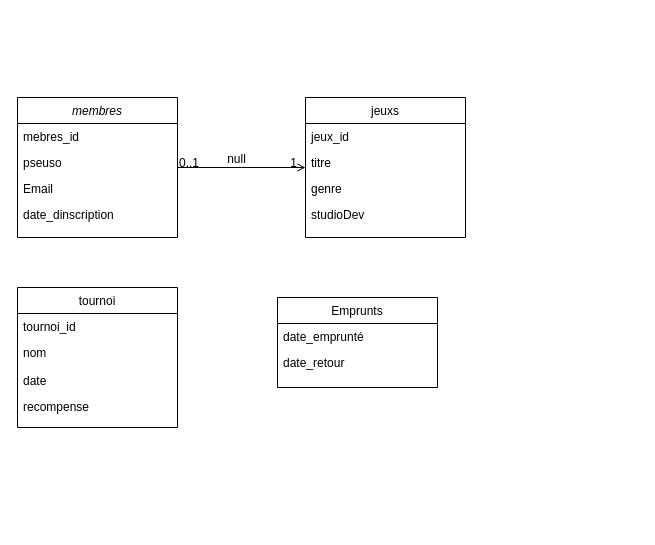
This is Untitled Diagram.drawio from hamza-saaf/Brief_7_Gestion_Club_de_Jeux_Vid-o, a draw.io file, before an edit. Source tidied: cells renumbered, new cells numbered last; positions are measured from the earlier drawing's top-left corner, leaving out a move shared by most shapes. Both pictures are drawn from the tidied source at 100%, with x=0, y=0 at pixel (17, 97).
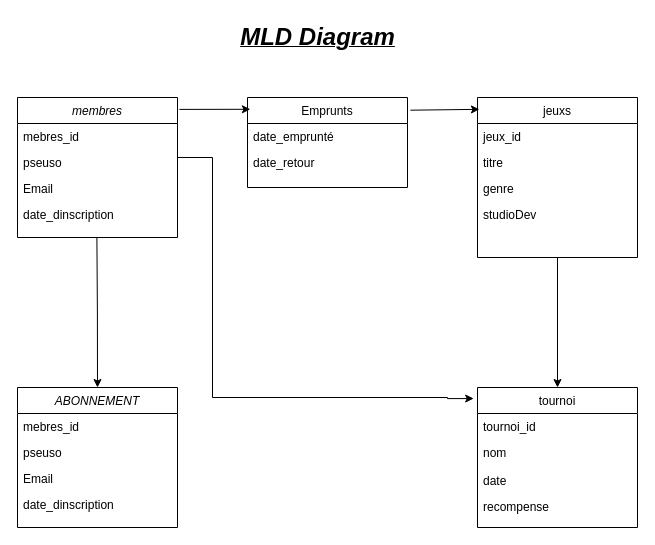
The same page after the edit.

Unchanged cells that the change refers to:
```xml
<mxCell id="2" value="membres" style="swimlane;fontStyle=2;align=center;verticalAlign=top;horizontal=1;startSize=26;rounded=0;shadow=0;strokeWidth=1;" parent="1" vertex="1">
  <mxGeometry width="160" height="140" as="geometry" />
</mxCell>
```

Change to the diagram source:
```diff
@@
     <mxCell id="7" value="tournoi" style="swimlane;fontStyle=0;align=center;verticalAlign=top;horizontal=1;startSize=26;rounded=0;shadow=0;strokeWidth=1;" parent="1" vertex="1">
-      <mxGeometry y="190" width="160" height="140" as="geometry" />
+      <mxGeometry x="460" y="290" width="160" height="140" as="geometry" />
     </mxCell>
@@
+    <mxCell id="24" style="edgeStyle=orthogonalEdgeStyle;rounded=0;jettySize=auto;html=1;exitX=0.5;exitY=1;exitDx=0;exitDy=0;entryX=0.5;entryY=0;entryDx=0;entryDy=0;" parent="1" edge="1" source="12" target="7">
+      <mxGeometry relative="1" as="geometry" />
+    </mxCell>
     <mxCell id="12" value="jeuxs" style="swimlane;fontStyle=0;align=center;verticalAlign=top;horizontal=1;startSize=26;rounded=0;shadow=0;strokeWidth=1;" parent="1" vertex="1">
-      <mxGeometry x="288" width="160" height="140" as="geometry" />
+      <mxGeometry x="460" width="160" height="160" as="geometry" />
     </mxCell>
@@
-    <mxCell id="17" style="endArrow=open;shadow=0;strokeWidth=1;rounded=0;curved=0;endFill=1;edgeStyle=elbowEdgeStyle;elbow=vertical;" parent="1" edge="1" source="2" target="12">
-      <mxGeometry x="0.5" y="41" relative="1" as="geometry">
-        <mxPoint x="-40" y="32" as="offset" />
-      </mxGeometry>
-    </mxCell>
-    <mxCell id="18" value="0..1" style="align=left;verticalAlign=bottom;labelBackgroundColor=none;fontSize=12;" parent="17" vertex="1">
-      <mxGeometry x="-1" relative="1" as="geometry">
-        <mxPoint y="4" as="offset" />
-      </mxGeometry>
-    </mxCell>
-    <mxCell id="19" value="1" style="align=right;verticalAlign=bottom;labelBackgroundColor=none;fontSize=12;" parent="17" vertex="1">
-      <mxGeometry x="1" relative="1" as="geometry">
-        <mxPoint x="-7" y="4" as="offset" />
-      </mxGeometry>
-    </mxCell>
-    <mxCell id="20" value="null" style="text;html=1;align=center;verticalAlign=middle;labelBackgroundColor=none;rounded=0;shadow=0;strokeWidth=1;fontSize=12;" parent="17" vertex="1">
-      <mxGeometry x="0.5" y="49" relative="1" as="geometry">
-        <mxPoint x="-38" y="40" as="offset" />
-      </mxGeometry>
-    </mxCell>
     <mxCell id="21" value="Emprunts" style="swimlane;fontStyle=0;align=center;verticalAlign=top;horizontal=1;startSize=26;rounded=0;shadow=0;strokeWidth=1;" parent="1" vertex="1">
-      <mxGeometry x="260" y="200" width="160" height="90" as="geometry" />
+      <mxGeometry x="230" width="160" height="90" as="geometry" />
     </mxCell>
@@
+    <mxCell id="25" value="ABONNEMENT" style="swimlane;fontStyle=2;align=center;verticalAlign=top;horizontal=1;startSize=26;rounded=0;shadow=0;strokeWidth=1;" parent="1" vertex="1">
+      <mxGeometry y="290" width="160" height="140" as="geometry" />
+    </mxCell>
+    <mxCell id="26" value="mebres_id&#10;" style="text;align=left;verticalAlign=top;spacingLeft=4;spacingRight=4;overflow=hidden;" parent="25" vertex="1">
+      <mxGeometry y="26" width="160" height="26" as="geometry" />
+    </mxCell>
+    <mxCell id="27" value="pseuso" style="text;align=left;verticalAlign=top;spacingLeft=4;spacingRight=4;overflow=hidden;rounded=0;shadow=0;html=0;" parent="25" vertex="1">
+      <mxGeometry y="52" width="160" height="26" as="geometry" />
+    </mxCell>
+    <mxCell id="28" value="Email" style="text;align=left;verticalAlign=top;spacingLeft=4;spacingRight=4;overflow=hidden;rounded=0;shadow=0;html=0;" parent="25" vertex="1">
+      <mxGeometry y="78" width="160" height="26" as="geometry" />
+    </mxCell>
+    <mxCell id="29" value="date_dinscription" style="text;align=left;verticalAlign=top;spacingLeft=4;spacingRight=4;overflow=hidden;rounded=0;shadow=0;html=0;" parent="25" vertex="1">
+      <mxGeometry y="104" width="160" height="24" as="geometry" />
+    </mxCell>
+    <mxCell id="30" style="edgeStyle=orthogonalEdgeStyle;rounded=0;jettySize=auto;html=1;exitX=0.5;exitY=1;exitDx=0;exitDy=0;entryX=0.5;entryY=0;entryDx=0;entryDy=0;" parent="1" edge="1" target="25">
+      <mxGeometry relative="1" as="geometry">
+        <mxPoint x="79.4" y="140" as="sourcePoint" />
+      </mxGeometry>
+    </mxCell>
+    <mxCell id="31" style="edgeStyle=orthogonalEdgeStyle;rounded=0;jettySize=auto;html=1;entryX=-0.024;entryY=0.079;entryDx=0;entryDy=0;entryPerimeter=0;" parent="1" edge="1" target="7">
+      <mxGeometry relative="1" as="geometry">
+        <mxPoint x="160" y="60" as="sourcePoint" />
+        <Array as="points">
+          <mxPoint x="195" y="60" />
+          <mxPoint x="195" y="300" />
+          <mxPoint x="430" y="300" />
+        </Array>
+      </mxGeometry>
+    </mxCell>
+    <mxCell id="32" style="edgeStyle=none;rounded=0;jettySize=auto;html=1;exitX=1.012;exitY=0.085;exitDx=0;exitDy=0;exitPerimeter=0;entryX=0.018;entryY=0.131;entryDx=0;entryDy=0;entryPerimeter=0;" parent="1" edge="1" source="2" target="21">
+      <mxGeometry relative="1" as="geometry" />
+    </mxCell>
+    <mxCell id="33" style="edgeStyle=none;rounded=0;jettySize=auto;html=1;exitX=1.018;exitY=0.141;exitDx=0;exitDy=0;exitPerimeter=0;entryX=0.012;entryY=0.074;entryDx=0;entryDy=0;entryPerimeter=0;" parent="1" edge="1" source="21" target="12">
+      <mxGeometry relative="1" as="geometry" />
+    </mxCell>
+    <mxCell id="34" value="&lt;b&gt;&lt;i&gt;&lt;u&gt;&lt;font style=&quot;font-size: 24px;&quot;&gt;MLD Diagram&lt;/font&gt;&lt;/u&gt;&lt;/i&gt;&lt;/b&gt;" style="text;html=1;align=center;verticalAlign=middle;strokeColor=none;fillColor=none;" parent="1" vertex="1">
+      <mxGeometry x="210" y="-80" width="180" height="40" as="geometry" />
+    </mxCell>
```
